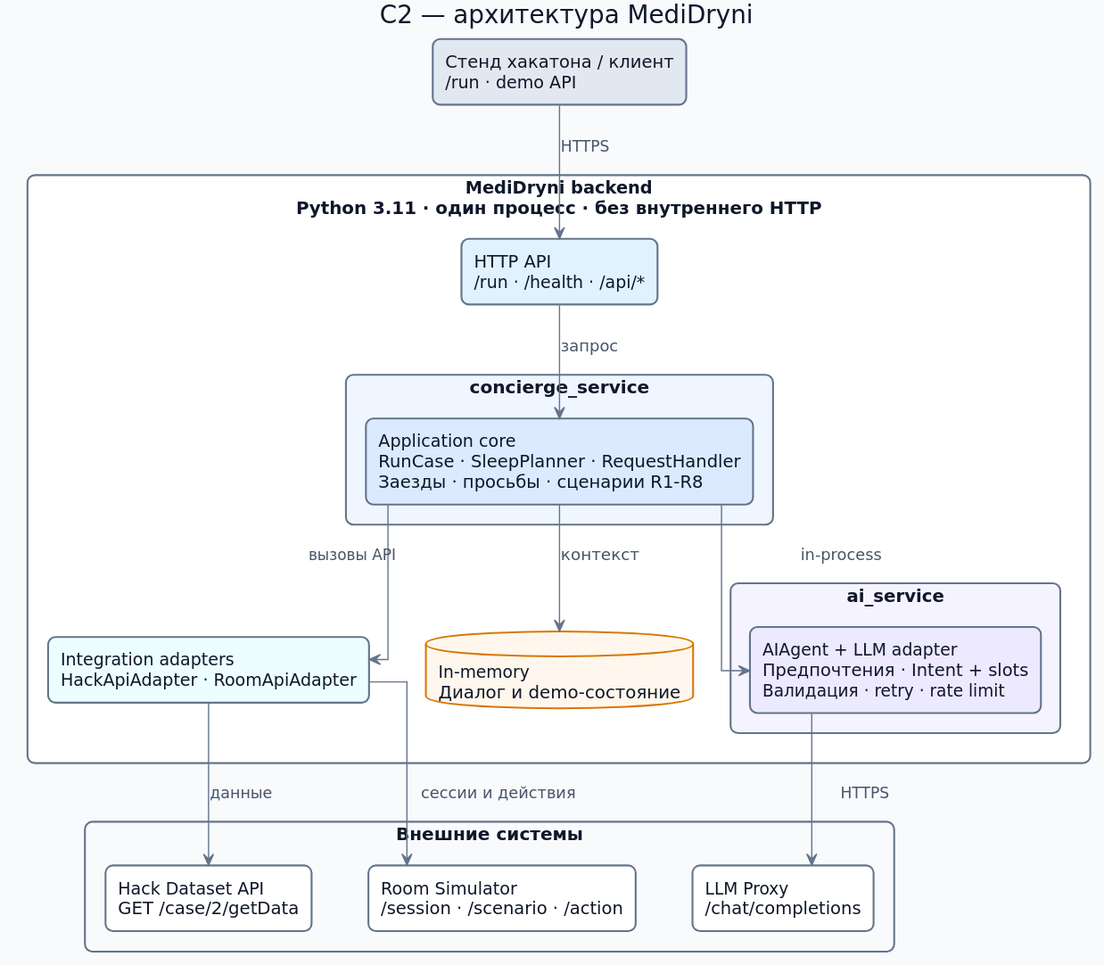
The PlantUML diagram docs/plan/c2-component.svg in Krovenmor/sain-hack-2026-MediDryni, before a commit.
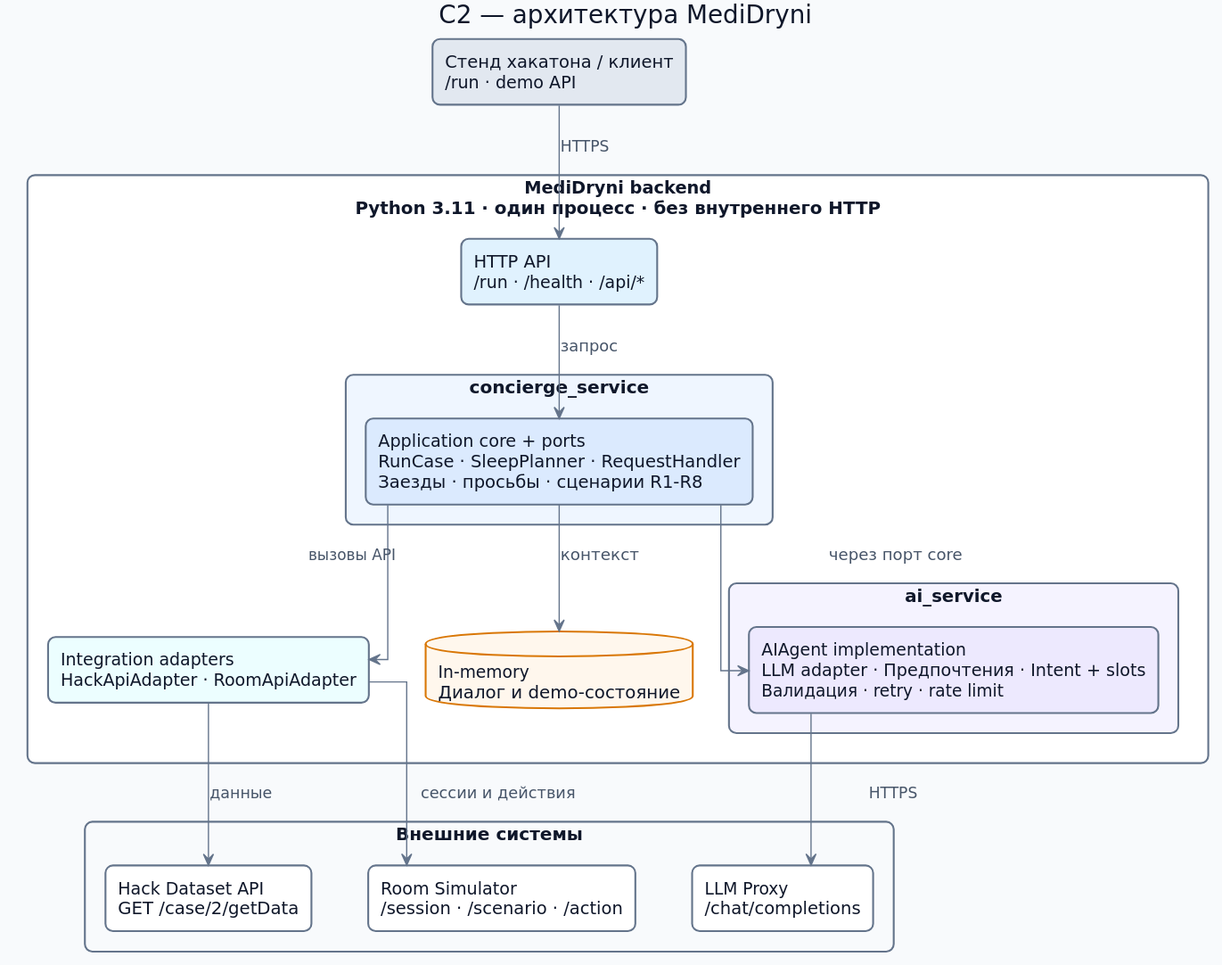
After the commit.

What changed in the source:
```diff
@@ -30,11 +30,11 @@
   rectangle "HTTP API\n/run · /health · /api/*" as http #E0F2FE
 
   rectangle "concierge_service" #EFF6FF {
-    rectangle "Application core\nRunCase · SleepPlanner · RequestHandler\nЗаезды · просьбы · сценарии R1-R8" as core #DBEAFE
+    rectangle "Application core + ports\nRunCase · SleepPlanner · RequestHandler\nЗаезды · просьбы · сценарии R1-R8" as core #DBEAFE
   }
 
   rectangle "ai_service" #F5F3FF {
-    rectangle "AIAgent + LLM adapter\nПредпочтения · Intent + slots\nВалидация · retry · rate limit" as ai #EDE9FE
+    rectangle "AIAgent implementation\nLLM adapter · Предпочтения · Intent + slots\nВалидация · retry · rate limit" as ai #EDE9FE
   }
 
   rectangle "Integration adapters\nHackApiAdapter · RoomApiAdapter" as adapters #ECFEFF
@@ -49,7 +49,7 @@
 
 caller --> http : HTTPS
 http --> core : запрос
-core --> ai : in-process
+core --> ai : через порт core
 core --> store : контекст
 core --> adapters : вызовы API
 ai --> llm : HTTPS
```
